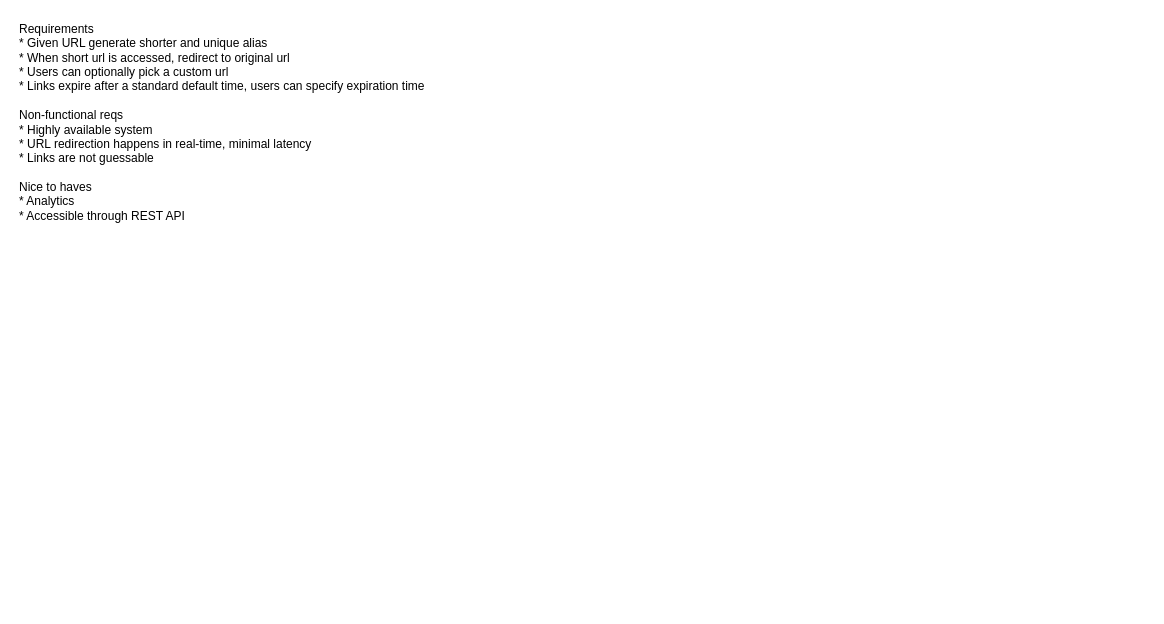
This is Untitled Diagram.drawio from jossjacobo/Grokking-System-Design, a draw.io file, before an edit. Source tidied: cells renumbered, new cells numbered last; positions are measured from the earlier drawing's top-left corner, leaving out a move shared by most shapes. Both pictures are drawn from the tidied source at 100%, with x=0, y=0 at pixel (17, 17).
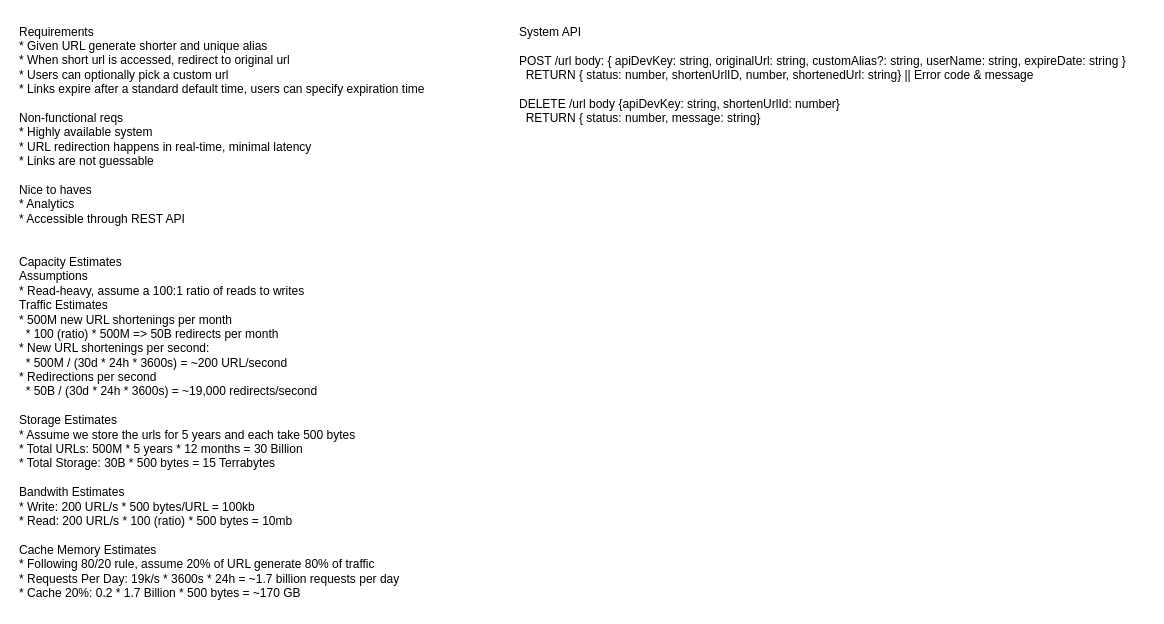
The same page after the edit.

The edit, as a diff of the source:
```diff
@@
 <mxGraphModel>
   <root>
     <mxCell id="0" />
     <mxCell id="1" parent="0" />
-    <mxCell id="2" value="Requirements&lt;br&gt;* Given URL generate shorter and unique alias&lt;br&gt;* When short url is accessed, redirect to original url&lt;br&gt;* Users can optionally pick a custom url&lt;br&gt;* Links expire after a standard default time, users can specify expiration time&lt;br&gt;&lt;br&gt;Non-functional reqs&lt;br&gt;* Highly available system&lt;br&gt;* URL redirection happens in real-time, minimal latency&lt;br&gt;* Links are not guessable&lt;br&gt;&lt;br&gt;Nice to haves&lt;br&gt;* Analytics&lt;br&gt;* Accessible through REST API" style="text;html=1;align=left;verticalAlign=middle;strokeColor=none;fillColor=none;" parent="1" vertex="1">
-      <mxGeometry width="430" height="210" as="geometry" />
+    <mxCell id="2" value="Requirements&lt;br&gt;* Given URL generate shorter and unique alias&lt;br&gt;* When short url is accessed, redirect to original url&lt;br&gt;* Users can optionally pick a custom url&lt;br&gt;* Links expire after a standard default time, users can specify expiration time&lt;br&gt;&lt;br&gt;Non-functional reqs&lt;br&gt;* Highly available system&lt;br&gt;* URL redirection happens in real-time, minimal latency&lt;br&gt;* Links are not guessable&lt;br&gt;&lt;br&gt;Nice to haves&lt;br&gt;* Analytics&lt;br&gt;* Accessible through REST API&lt;br&gt;&lt;br&gt;&lt;br&gt;Capacity Estimates&lt;br&gt;Assumptions&lt;br&gt;* Read-heavy, assume a 100:1 ratio of reads to writes&lt;br&gt;Traffic Estimates&lt;br&gt;* 500M new URL shortenings per month&lt;br&gt;&amp;nbsp; * 100 (ratio) * 500M =&amp;gt; 50B redirects per month&lt;br&gt;* New URL shortenings per second:&lt;br&gt;&amp;nbsp; * 500M / (30d * 24h * 3600s) = ~200 URL/second&lt;br&gt;* Redirections per second&lt;br&gt;&amp;nbsp; * 50B / (30d * 24h * 3600s) = ~19,000 redirects/second&lt;br&gt;&lt;br&gt;Storage Estimates&lt;br&gt;* Assume we store the urls for 5 years and each take 500 bytes&lt;br&gt;* Total URLs: 500M * 5 years * 12 months = 30 Billion&lt;br&gt;* Total Storage: 30B * 500 bytes = 15 Terrabytes&lt;br&gt;&lt;br&gt;Bandwith Estimates&lt;br&gt;* Write: 200 URL/s * 500 bytes/URL = 100kb&lt;br&gt;* Read: 200 URL/s * 100 (ratio) * 500 bytes = 10mb&lt;br&gt;&lt;br&gt;Cache Memory Estimates&lt;br&gt;* Following 80/20 rule, assume 20% of URL generate 80% of traffic&lt;br&gt;* Requests Per Day: 19k/s * 3600s * 24h = ~1.7 billion requests per day&lt;br&gt;* Cache 20%: 0.2 * 1.7 Billion * 500 bytes = ~170 GB" style="text;html=1;align=left;verticalAlign=middle;strokeColor=none;fillColor=none;" parent="1" vertex="1">
+      <mxGeometry width="430" height="590" as="geometry" />
     </mxCell>
+    <mxCell id="3" value="System API&lt;br&gt;&lt;br&gt;&lt;div style=&quot;&quot;&gt;&lt;span style=&quot;background-color: initial;&quot;&gt;POST /url body: { apiDevKey: string, originalUrl: string, customAlias?: string, userName: string, expireDate: string }&lt;/span&gt;&lt;/div&gt;&lt;div style=&quot;&quot;&gt;&lt;span style=&quot;background-color: initial;&quot;&gt;&amp;nbsp; RETURN { status: number, shortenUrlID, number, shortenedUrl: string} || Error code &amp;amp; message&lt;/span&gt;&lt;/div&gt;&lt;div style=&quot;&quot;&gt;&lt;span style=&quot;background-color: initial;&quot;&gt;&lt;br&gt;&lt;/span&gt;&lt;/div&gt;&lt;div style=&quot;&quot;&gt;&lt;span style=&quot;background-color: initial;&quot;&gt;DELETE /url body {apiDevKey: string, shortenUrlId: number}&lt;br&gt;&amp;nbsp; RETURN { status: number, message: string}&lt;/span&gt;&lt;/div&gt;&lt;div style=&quot;&quot;&gt;&lt;span style=&quot;background-color: initial;&quot;&gt;&lt;br&gt;&lt;/span&gt;&lt;/div&gt;" style="text;html=1;align=left;verticalAlign=middle;strokeColor=none;fillColor=none;" parent="1" vertex="1">
+      <mxGeometry x="500" width="630" height="130" as="geometry" />
+    </mxCell>
   </root>
 </mxGraphModel>
```
